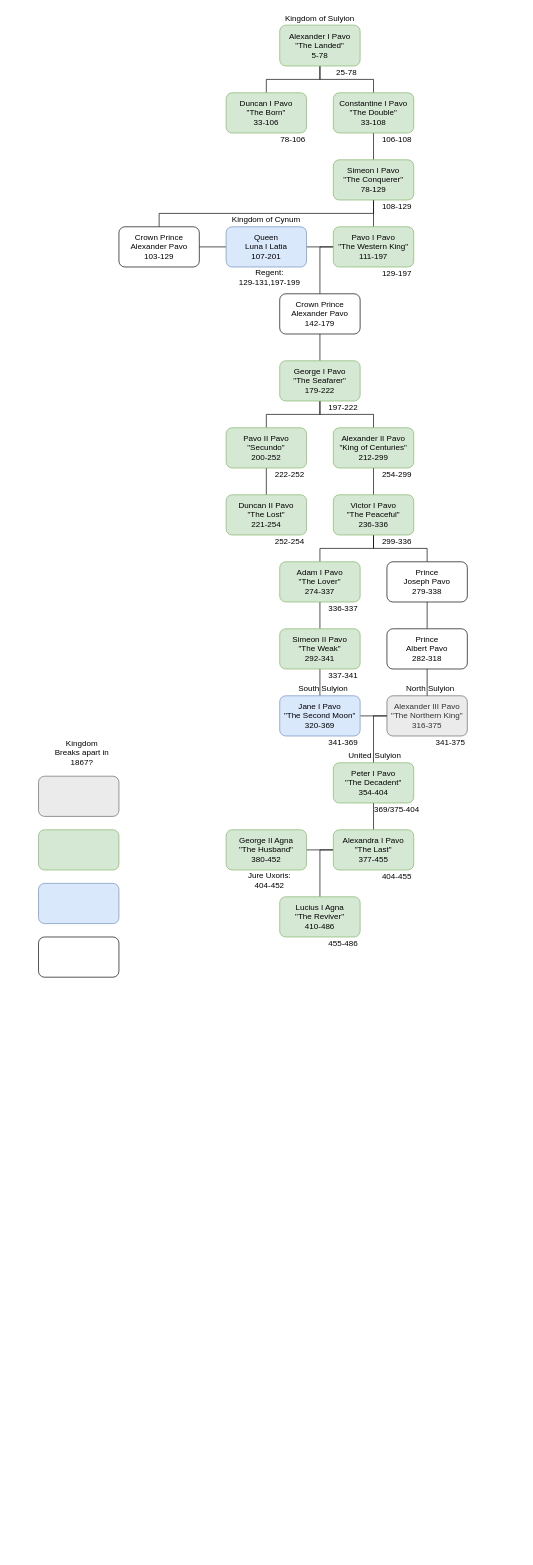
Earlier version of the draw.io diagram Joint Folder/Royal Family Tree of Jam and Peacock.drawio (jamlamtheblue/DES-Pol). Source tidied: cells renumbered, new cells numbered last; positions are measured from the earlier drawing's top-left corner, leaving out a move shared by most shapes. Both pictures are drawn from the tidied source at 67%, with x=0, y=0 at pixel (38, 11).
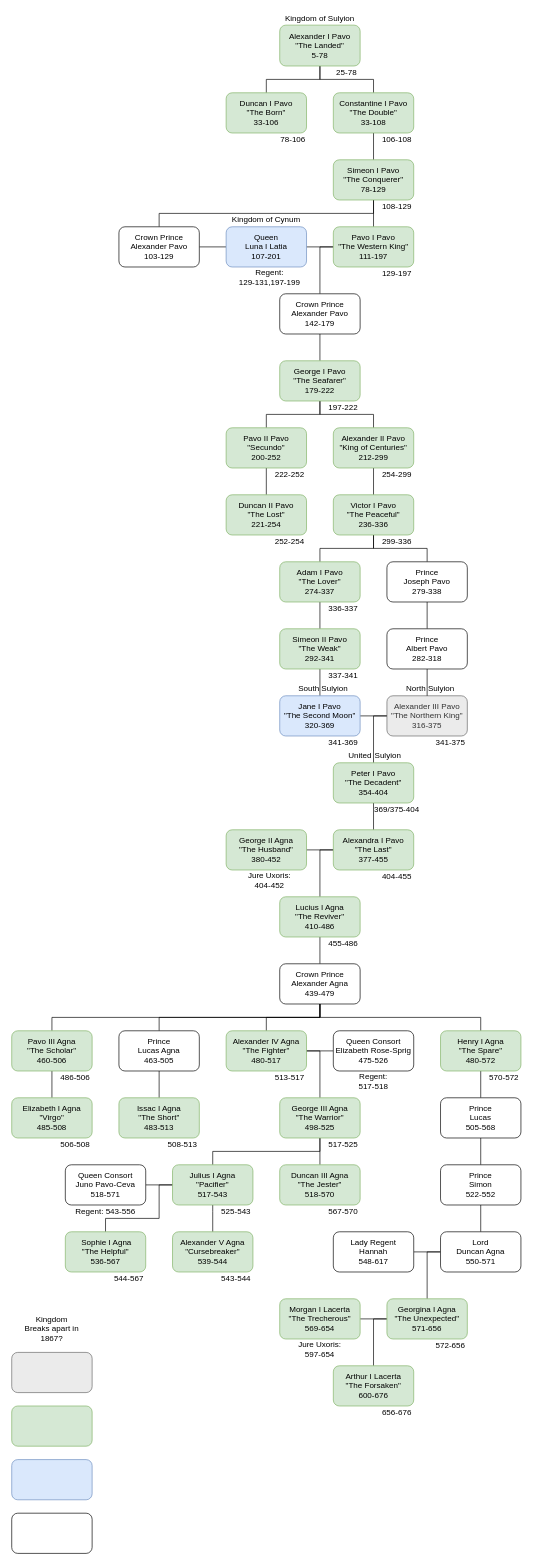
Above is the later version.

The change refers to these unchanged cells:
```xml
<mxCell id="75" value="Lucius I Agna&lt;br&gt;&quot;The Reviver&quot;&lt;br&gt;410-486" style="rounded=1;whiteSpace=wrap;html=1;fillColor=#d5e8d4;strokeColor=#82b366;" parent="1" vertex="1">
  <mxGeometry x="360" y="1321" width="120" height="60" as="geometry" />
</mxCell>
```

Change to the diagram source:
```diff
@@
     <mxCell id="5" value="&lt;br&gt;&lt;br&gt;" style="rounded=1;whiteSpace=wrap;html=1;fillColor=#dae8fc;strokeColor=#6c8ebf;" parent="1" vertex="1">
-      <mxGeometry y="1301" width="120" height="60" as="geometry" />
+      <mxGeometry x="-40" y="2161" width="120" height="60" as="geometry" />
     </mxCell>
     <mxCell id="6" value="&lt;br&gt;&lt;br&gt;" style="rounded=1;whiteSpace=wrap;html=1;fillColor=#EBEBEB;strokeColor=#666666;fontColor=#333333;" parent="1" vertex="1">
-      <mxGeometry y="1141" width="120" height="60" as="geometry" />
+      <mxGeometry x="-40" y="2001" width="120" height="60" as="geometry" />
     </mxCell>
@@
     <mxCell id="10" value="Kingdom Breaks apart in 1867?" style="text;html=1;strokeColor=none;fillColor=none;align=center;verticalAlign=middle;whiteSpace=wrap;rounded=0;" parent="1" vertex="1">
-      <mxGeometry x="20" y="1081" width="90" height="50" as="geometry" />
+      <mxGeometry x="-25" y="1941" width="90" height="50" as="geometry" />
     </mxCell>
@@
     <mxCell id="46" style="rounded=1;whiteSpace=wrap;html=1;fillColor=#d5e8d4;strokeColor=#82b366;" parent="1" vertex="1">
-      <mxGeometry y="1221" width="120" height="60" as="geometry" />
+      <mxGeometry x="-40" y="2081" width="120" height="60" as="geometry" />
     </mxCell>
@@
     <mxCell id="63" value="&lt;br&gt;&lt;br&gt;" style="rounded=1;whiteSpace=wrap;html=1;" parent="1" vertex="1">
-      <mxGeometry y="1381" width="120" height="60" as="geometry" />
+      <mxGeometry x="-40" y="2241" width="120" height="60" as="geometry" />
     </mxCell>
@@
+    <mxCell id="79" style="edgeStyle=orthogonalEdgeStyle;rounded=0;jettySize=auto;html=1;entryX=0.5;entryY=0;entryDx=0;entryDy=0;endArrow=none;endFill=0;" parent="1" edge="1" source="75" target="84">
+      <mxGeometry relative="1" as="geometry" />
+    </mxCell>
@@
+    <mxCell id="80" style="edgeStyle=orthogonalEdgeStyle;rounded=0;jettySize=auto;html=1;entryX=0.5;entryY=0;entryDx=0;entryDy=0;endArrow=none;endFill=0;" parent="1" edge="1" source="84" target="86">
+      <mxGeometry relative="1" as="geometry">
+        <Array as="points">
+          <mxPoint x="420" y="1501" />
+          <mxPoint x="20" y="1501" />
+        </Array>
+      </mxGeometry>
+    </mxCell>
+    <mxCell id="81" style="edgeStyle=orthogonalEdgeStyle;rounded=0;jettySize=auto;html=1;entryX=0.5;entryY=0;entryDx=0;entryDy=0;endArrow=none;endFill=0;" parent="1" edge="1" source="84" target="89">
+      <mxGeometry relative="1" as="geometry">
+        <Array as="points">
+          <mxPoint x="420" y="1501" />
+          <mxPoint x="180" y="1501" />
+        </Array>
+      </mxGeometry>
+    </mxCell>
+    <mxCell id="82" style="edgeStyle=orthogonalEdgeStyle;rounded=0;jettySize=auto;html=1;endArrow=none;endFill=0;" parent="1" edge="1" source="84" target="93">
+      <mxGeometry relative="1" as="geometry" />
+    </mxCell>
+    <mxCell id="83" style="edgeStyle=orthogonalEdgeStyle;rounded=0;jettySize=auto;html=1;endArrow=none;endFill=0;" parent="1" edge="1" source="84" target="95">
+      <mxGeometry relative="1" as="geometry">
+        <Array as="points">
+          <mxPoint x="420" y="1501" />
+          <mxPoint x="660" y="1501" />
+        </Array>
+      </mxGeometry>
+    </mxCell>
+    <mxCell id="84" value="Crown Prince&lt;br&gt;Alexander Agna&lt;br&gt;439-479" style="rounded=1;whiteSpace=wrap;html=1;" parent="1" vertex="1">
+      <mxGeometry x="360" y="1421" width="120" height="60" as="geometry" />
+    </mxCell>
+    <mxCell id="85" style="edgeStyle=orthogonalEdgeStyle;rounded=0;jettySize=auto;html=1;entryX=0.5;entryY=0;entryDx=0;entryDy=0;endArrow=none;endFill=0;" parent="1" edge="1" source="86" target="87">
+      <mxGeometry relative="1" as="geometry" />
+    </mxCell>
+    <mxCell id="86" value="Pavo III Agna&lt;br&gt;&quot;The Scholar&quot;&lt;br&gt;460-506" style="rounded=1;whiteSpace=wrap;html=1;fillColor=#d5e8d4;strokeColor=#82b366;" parent="1" vertex="1">
+      <mxGeometry x="-40" y="1521" width="120" height="60" as="geometry" />
+    </mxCell>
+    <mxCell id="87" value="Elizabeth I Agna&lt;br&gt;&quot;Virgo&quot;&lt;br&gt;485-508" style="rounded=1;whiteSpace=wrap;html=1;fillColor=#d5e8d4;strokeColor=#82b366;" parent="1" vertex="1">
+      <mxGeometry x="-40" y="1621" width="120" height="60" as="geometry" />
+    </mxCell>
+    <mxCell id="88" style="edgeStyle=orthogonalEdgeStyle;rounded=0;jettySize=auto;html=1;endArrow=none;endFill=0;" parent="1" edge="1" source="89" target="90">
+      <mxGeometry relative="1" as="geometry" />
+    </mxCell>
+    <mxCell id="89" value="Prince&lt;br&gt;Lucas Agna&lt;br&gt;463-505" style="rounded=1;whiteSpace=wrap;html=1;" parent="1" vertex="1">
+      <mxGeometry x="120" y="1521" width="120" height="60" as="geometry" />
+    </mxCell>
+    <mxCell id="90" value="Issac I Agna&lt;br&gt;&quot;The Short&quot;&lt;br&gt;483-513" style="rounded=1;whiteSpace=wrap;html=1;fillColor=#d5e8d4;strokeColor=#82b366;" parent="1" vertex="1">
+      <mxGeometry x="120" y="1621" width="120" height="60" as="geometry" />
+    </mxCell>
+    <mxCell id="91" style="edgeStyle=orthogonalEdgeStyle;rounded=0;jettySize=auto;html=1;entryX=0.5;entryY=0;entryDx=0;entryDy=0;endArrow=none;endFill=0;" parent="1" edge="1" source="93" target="98">
+      <mxGeometry relative="1" as="geometry">
+        <Array as="points">
+          <mxPoint x="420" y="1551" />
+        </Array>
+      </mxGeometry>
+    </mxCell>
+    <mxCell id="92" style="edgeStyle=orthogonalEdgeStyle;rounded=0;jettySize=auto;html=1;entryX=0;entryY=0.5;entryDx=0;entryDy=0;endArrow=none;endFill=0;" parent="1" edge="1" source="93" target="113">
+      <mxGeometry relative="1" as="geometry" />
+    </mxCell>
+    <mxCell id="93" value="Alexander IV Agna&lt;br&gt;&quot;The Fighter&quot;&lt;br&gt;480-517" style="rounded=1;whiteSpace=wrap;html=1;fillColor=#d5e8d4;strokeColor=#82b366;" parent="1" vertex="1">
+      <mxGeometry x="280" y="1521" width="120" height="60" as="geometry" />
+    </mxCell>
+    <mxCell id="94" style="edgeStyle=orthogonalEdgeStyle;rounded=0;jettySize=auto;html=1;entryX=0.5;entryY=0;entryDx=0;entryDy=0;endArrow=none;endFill=0;" parent="1" edge="1" source="95" target="107">
+      <mxGeometry relative="1" as="geometry" />
+    </mxCell>
+    <mxCell id="95" value="Henry I Agna&lt;br&gt;&quot;The Spare&quot;&lt;br&gt;480-572" style="rounded=1;whiteSpace=wrap;html=1;fillColor=#d5e8d4;strokeColor=#82b366;" parent="1" vertex="1">
+      <mxGeometry x="600" y="1521" width="120" height="60" as="geometry" />
+    </mxCell>
+    <mxCell id="96" style="edgeStyle=orthogonalEdgeStyle;rounded=0;jettySize=auto;html=1;entryX=0.5;entryY=0;entryDx=0;entryDy=0;endArrow=none;endFill=0;" parent="1" edge="1" source="98" target="102">
+      <mxGeometry relative="1" as="geometry">
+        <Array as="points">
+          <mxPoint x="420" y="1701" />
+          <mxPoint x="260" y="1701" />
+        </Array>
+      </mxGeometry>
+    </mxCell>
+    <mxCell id="97" style="edgeStyle=orthogonalEdgeStyle;rounded=0;jettySize=auto;html=1;entryX=0.5;entryY=0;entryDx=0;entryDy=0;endArrow=none;endFill=0;" parent="1" edge="1" source="98" target="103">
+      <mxGeometry relative="1" as="geometry" />
+    </mxCell>
+    <mxCell id="98" value="George III Agna&lt;br&gt;&quot;The Warrior&quot;&lt;br&gt;498-525" style="rounded=1;whiteSpace=wrap;html=1;fillColor=#d5e8d4;strokeColor=#82b366;" parent="1" vertex="1">
+      <mxGeometry x="360" y="1621" width="120" height="60" as="geometry" />
+    </mxCell>
+    <mxCell id="99" style="edgeStyle=orthogonalEdgeStyle;rounded=0;jettySize=auto;html=1;entryX=0.5;entryY=0;entryDx=0;entryDy=0;endArrow=none;endFill=0;" parent="1" edge="1" source="102" target="105">
+      <mxGeometry relative="1" as="geometry">
+        <Array as="points">
+          <mxPoint x="260" y="1791" />
+          <mxPoint x="260" y="1791" />
+        </Array>
+      </mxGeometry>
+    </mxCell>
+    <mxCell id="100" style="edgeStyle=orthogonalEdgeStyle;rounded=0;jettySize=auto;html=1;entryX=0.5;entryY=0;entryDx=0;entryDy=0;endArrow=none;endFill=0;" parent="1" edge="1" source="102" target="104">
+      <mxGeometry relative="1" as="geometry">
+        <Array as="points">
+          <mxPoint x="180" y="1751" />
+          <mxPoint x="180" y="1801" />
+          <mxPoint x="100" y="1801" />
+        </Array>
+      </mxGeometry>
+    </mxCell>
+    <mxCell id="101" style="edgeStyle=orthogonalEdgeStyle;rounded=0;jettySize=auto;html=1;entryX=1;entryY=0.5;entryDx=0;entryDy=0;endArrow=none;endFill=0;" parent="1" edge="1" source="102" target="117">
+      <mxGeometry relative="1" as="geometry" />
+    </mxCell>
+    <mxCell id="102" value="Julius I Agna&lt;br&gt;&quot;Pacifier&quot;&lt;br&gt;517-543" style="rounded=1;whiteSpace=wrap;html=1;fillColor=#d5e8d4;strokeColor=#82b366;" parent="1" vertex="1">
+      <mxGeometry x="200" y="1721" width="120" height="60" as="geometry" />
+    </mxCell>
+    <mxCell id="103" value="Duncan III Agna&lt;br&gt;&quot;The Jester&quot;&lt;br&gt;518-570" style="rounded=1;whiteSpace=wrap;html=1;fillColor=#d5e8d4;strokeColor=#82b366;" parent="1" vertex="1">
+      <mxGeometry x="360" y="1721" width="120" height="60" as="geometry" />
+    </mxCell>
+    <mxCell id="104" value="&amp;nbsp;Sophie I Agna&lt;br&gt;&quot;The Helpful&quot;&lt;br&gt;536-567" style="rounded=1;whiteSpace=wrap;html=1;fillColor=#d5e8d4;strokeColor=#82b366;" parent="1" vertex="1">
+      <mxGeometry x="40" y="1821" width="120" height="60" as="geometry" />
+    </mxCell>
+    <mxCell id="105" value="Alexander V Agna&lt;br&gt;&quot;Cursebreaker&quot;&lt;br&gt;539-544" style="rounded=1;whiteSpace=wrap;html=1;fillColor=#d5e8d4;strokeColor=#82b366;" parent="1" vertex="1">
+      <mxGeometry x="200" y="1821" width="120" height="60" as="geometry" />
+    </mxCell>
+    <mxCell id="106" style="edgeStyle=orthogonalEdgeStyle;rounded=0;jettySize=auto;html=1;entryX=0.5;entryY=0;entryDx=0;entryDy=0;endArrow=none;endFill=0;" parent="1" edge="1" source="107" target="109">
+      <mxGeometry relative="1" as="geometry" />
+    </mxCell>
+    <mxCell id="107" value="Prince&lt;br&gt;Lucas&lt;br&gt;505-568" style="rounded=1;whiteSpace=wrap;html=1;" parent="1" vertex="1">
+      <mxGeometry x="600" y="1621" width="120" height="60" as="geometry" />
+    </mxCell>
+    <mxCell id="108" style="edgeStyle=orthogonalEdgeStyle;rounded=0;jettySize=auto;html=1;entryX=0.5;entryY=0;entryDx=0;entryDy=0;endArrow=none;endFill=0;" parent="1" edge="1" source="109" target="112">
+      <mxGeometry relative="1" as="geometry" />
+    </mxCell>
+    <mxCell id="109" value="Prince&lt;br&gt;Simon&lt;br&gt;522-552" style="rounded=1;whiteSpace=wrap;html=1;" parent="1" vertex="1">
+      <mxGeometry x="600" y="1721" width="120" height="60" as="geometry" />
+    </mxCell>
+    <mxCell id="110" style="edgeStyle=orthogonalEdgeStyle;rounded=0;jettySize=auto;html=1;entryX=0.5;entryY=0;entryDx=0;entryDy=0;endArrow=none;endFill=0;" parent="1" edge="1" source="112" target="124">
+      <mxGeometry relative="1" as="geometry">
+        <Array as="points">
+          <mxPoint x="580" y="1851" />
+        </Array>
+      </mxGeometry>
+    </mxCell>
+    <mxCell id="111" style="edgeStyle=orthogonalEdgeStyle;rounded=0;jettySize=auto;html=1;entryX=1;entryY=0.5;entryDx=0;entryDy=0;endArrow=none;endFill=0;" parent="1" edge="1" source="112" target="133">
+      <mxGeometry relative="1" as="geometry" />
+    </mxCell>
+    <mxCell id="112" value="Lord&lt;br&gt;Duncan Agna&lt;br&gt;550-571" style="rounded=1;whiteSpace=wrap;html=1;" parent="1" vertex="1">
+      <mxGeometry x="600" y="1821" width="120" height="60" as="geometry" />
+    </mxCell>
+    <mxCell id="113" value="Queen Consort&lt;br&gt;Elizabeth Rose-Sprig&lt;br&gt;475-526" style="rounded=1;whiteSpace=wrap;html=1;" parent="1" vertex="1">
+      <mxGeometry x="440" y="1521" width="120" height="60" as="geometry" />
+    </mxCell>
+    <mxCell id="114" value="486-506" style="text;html=1;strokeColor=none;fillColor=none;align=center;verticalAlign=middle;whiteSpace=wrap;rounded=0;" parent="1" vertex="1">
+      <mxGeometry x="30" y="1581" width="50" height="20" as="geometry" />
+    </mxCell>
+    <mxCell id="115" value="506-508" style="text;html=1;strokeColor=none;fillColor=none;align=center;verticalAlign=middle;whiteSpace=wrap;rounded=0;" parent="1" vertex="1">
+      <mxGeometry x="30" y="1681" width="50" height="20" as="geometry" />
+    </mxCell>
+    <mxCell id="116" value="508-513" style="text;html=1;strokeColor=none;fillColor=none;align=center;verticalAlign=middle;whiteSpace=wrap;rounded=0;" parent="1" vertex="1">
+      <mxGeometry x="190" y="1681" width="50" height="20" as="geometry" />
+    </mxCell>
+    <mxCell id="117" value="Queen Consort&lt;br&gt;Juno Pavo-Ceva&lt;br&gt;518-571" style="rounded=1;whiteSpace=wrap;html=1;" parent="1" vertex="1">
+      <mxGeometry x="40" y="1721" width="120" height="60" as="geometry" />
+    </mxCell>
+    <mxCell id="118" value="513-517" style="text;html=1;strokeColor=none;fillColor=none;align=center;verticalAlign=middle;whiteSpace=wrap;rounded=0;" parent="1" vertex="1">
+      <mxGeometry x="350" y="1581" width="50" height="20" as="geometry" />
+    </mxCell>
+    <mxCell id="119" value="517-525" style="text;html=1;strokeColor=none;fillColor=none;align=center;verticalAlign=middle;whiteSpace=wrap;rounded=0;" parent="1" vertex="1">
+      <mxGeometry x="430" y="1681" width="50" height="20" as="geometry" />
+    </mxCell>
+    <mxCell id="120" value="525-543" style="text;html=1;strokeColor=none;fillColor=none;align=center;verticalAlign=middle;whiteSpace=wrap;rounded=0;" parent="1" vertex="1">
+      <mxGeometry x="270" y="1781" width="50" height="20" as="geometry" />
+    </mxCell>
+    <mxCell id="121" value="543-544" style="text;html=1;strokeColor=none;fillColor=none;align=center;verticalAlign=middle;whiteSpace=wrap;rounded=0;" parent="1" vertex="1">
+      <mxGeometry x="270" y="1881" width="50" height="20" as="geometry" />
+    </mxCell>
+    <mxCell id="122" style="edgeStyle=orthogonalEdgeStyle;rounded=0;jettySize=auto;html=1;entryX=1;entryY=0.5;entryDx=0;entryDy=0;endArrow=none;endFill=0;" parent="1" edge="1" source="124" target="126">
+      <mxGeometry relative="1" as="geometry" />
+    </mxCell>
+    <mxCell id="123" style="edgeStyle=orthogonalEdgeStyle;rounded=0;jettySize=auto;html=1;entryX=0.5;entryY=0;entryDx=0;entryDy=0;endArrow=none;endFill=0;" parent="1" edge="1" source="124" target="127">
+      <mxGeometry relative="1" as="geometry">
+        <Array as="points">
+          <mxPoint x="500" y="1951" />
+        </Array>
+      </mxGeometry>
+    </mxCell>
+    <mxCell id="124" value="Georgina I Agna&lt;br&gt;&quot;The Unexpected&quot;&lt;br&gt;571-656" style="rounded=1;whiteSpace=wrap;html=1;fillColor=#d5e8d4;strokeColor=#82b366;" parent="1" vertex="1">
+      <mxGeometry x="520" y="1921" width="120" height="60" as="geometry" />
+    </mxCell>
+    <mxCell id="125" value="544-567" style="text;html=1;strokeColor=none;fillColor=none;align=center;verticalAlign=middle;whiteSpace=wrap;rounded=0;" parent="1" vertex="1">
+      <mxGeometry x="110" y="1881" width="50" height="20" as="geometry" />
+    </mxCell>
+    <mxCell id="126" value="Morgan I Lacerta&lt;br&gt;&quot;The Trecherous&quot;&lt;br&gt;569-654" style="rounded=1;whiteSpace=wrap;html=1;fillColor=#d5e8d4;strokeColor=#82b366;" parent="1" vertex="1">
+      <mxGeometry x="360" y="1921" width="120" height="60" as="geometry" />
+    </mxCell>
+    <mxCell id="127" value="Arthur I Lacerta&lt;br&gt;&quot;The Forsaken&quot;&lt;br&gt;600-676" style="rounded=1;whiteSpace=wrap;html=1;fillColor=#d5e8d4;strokeColor=#82b366;" parent="1" vertex="1">
+      <mxGeometry x="440" y="2021" width="120" height="60" as="geometry" />
+    </mxCell>
+    <mxCell id="128" value="567-570" style="text;html=1;strokeColor=none;fillColor=none;align=center;verticalAlign=middle;whiteSpace=wrap;rounded=0;" parent="1" vertex="1">
+      <mxGeometry x="430" y="1781" width="50" height="20" as="geometry" />
+    </mxCell>
+    <mxCell id="129" value="570-572" style="text;html=1;strokeColor=none;fillColor=none;align=center;verticalAlign=middle;whiteSpace=wrap;rounded=0;" parent="1" vertex="1">
+      <mxGeometry x="670" y="1581" width="50" height="20" as="geometry" />
+    </mxCell>
+    <mxCell id="130" value="572-656" style="text;html=1;strokeColor=none;fillColor=none;align=center;verticalAlign=middle;whiteSpace=wrap;rounded=0;" parent="1" vertex="1">
+      <mxGeometry x="590" y="1981" width="50" height="20" as="geometry" />
+    </mxCell>
+    <mxCell id="131" value="Regent:&lt;br&gt;517-518" style="text;html=1;strokeColor=none;fillColor=none;align=center;verticalAlign=middle;whiteSpace=wrap;rounded=0;fontSize=12;" parent="1" vertex="1">
+      <mxGeometry x="470" y="1581" width="60" height="30" as="geometry" />
+    </mxCell>
+    <mxCell id="132" value="Regent: 543-556" style="text;html=1;strokeColor=none;fillColor=none;align=center;verticalAlign=middle;whiteSpace=wrap;rounded=0;fontSize=12;" parent="1" vertex="1">
+      <mxGeometry x="50" y="1776" width="100" height="30" as="geometry" />
+    </mxCell>
+    <mxCell id="133" value="Lady Regent&lt;br&gt;Hannah&lt;br&gt;548-617" style="rounded=1;whiteSpace=wrap;html=1;" parent="1" vertex="1">
+      <mxGeometry x="440" y="1821" width="120" height="60" as="geometry" />
+    </mxCell>
+    <mxCell id="134" value="Jure Uxoris:&lt;br&gt;597-654" style="text;html=1;strokeColor=none;fillColor=none;align=center;verticalAlign=middle;whiteSpace=wrap;rounded=0;" parent="1" vertex="1">
+      <mxGeometry x="380" y="1981" width="80" height="30" as="geometry" />
+    </mxCell>
+    <mxCell id="135" value="656-676" style="text;html=1;strokeColor=none;fillColor=none;align=center;verticalAlign=middle;whiteSpace=wrap;rounded=0;" parent="1" vertex="1">
+      <mxGeometry x="510" y="2081" width="50" height="20" as="geometry" />
+    </mxCell>
```
